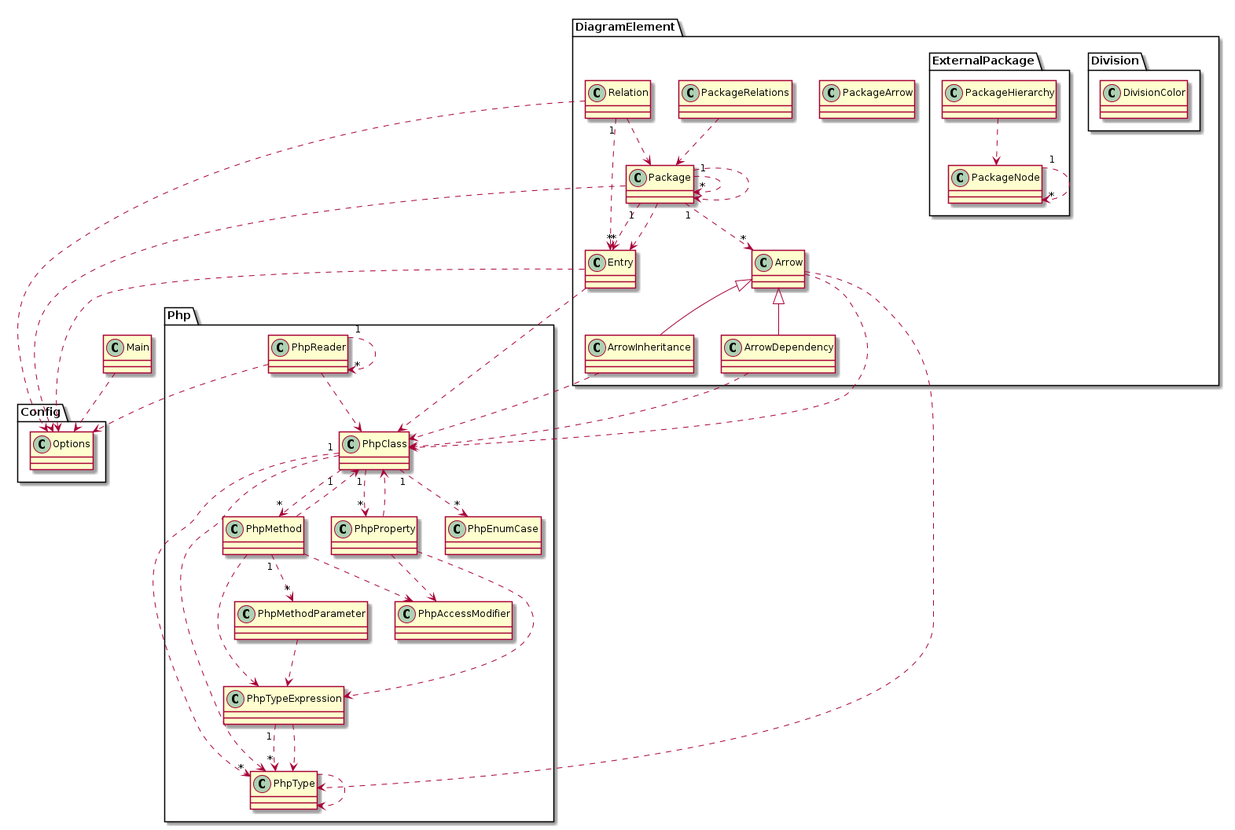
smeghead/php-class-diagram keeps this PlantUML diagram as dogfood-model.png. Above is the earlier version.
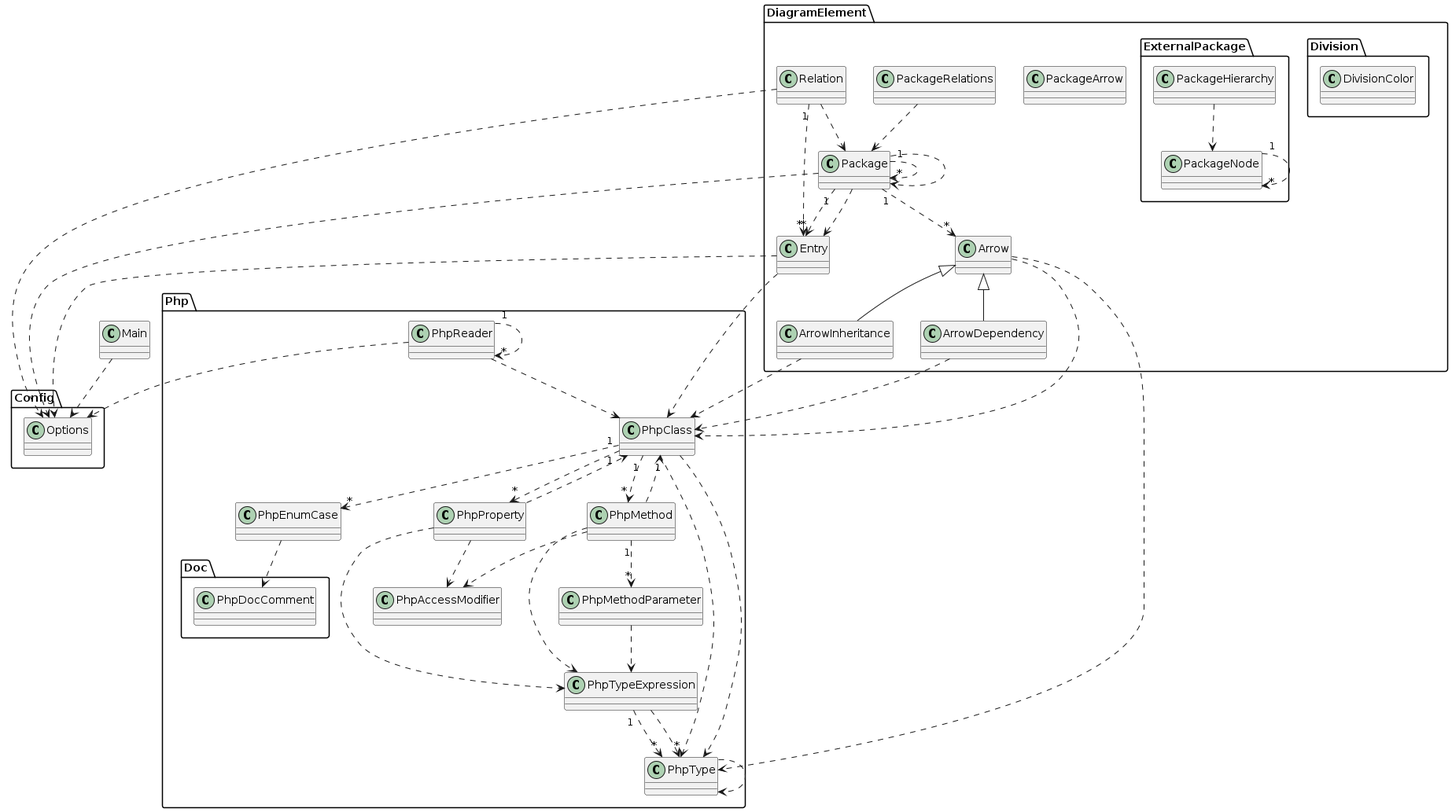
After the commit.

The edit, as a diff of the source:
```diff
@@ -10,6 +10,9 @@
     class "PhpMethod" as Php_PhpMethod
     class "PhpAccessModifier" as Php_PhpAccessModifier
     class "PhpType" as Php_PhpType
+    package Doc as Php.Doc {
+      class "PhpDocComment" as Php_Doc_PhpDocComment
+    }
   }
   package Config as Config {
     class "Options" as Config_Options
@@ -57,6 +60,7 @@
   Php_PhpClass "1" ..> "*" Php_PhpProperty
   Php_PhpClass "1" ..> "*" Php_PhpType
   Php_PhpClass ..> Php_PhpType
+  Php_PhpEnumCase ..> Php_Doc_PhpDocComment
   Php_PhpMethod "1" ..> "*" Php_PhpMethodParameter
   Php_PhpMethod ..> Php_PhpAccessModifier
   Php_PhpMethod ..> Php_PhpClass
```
